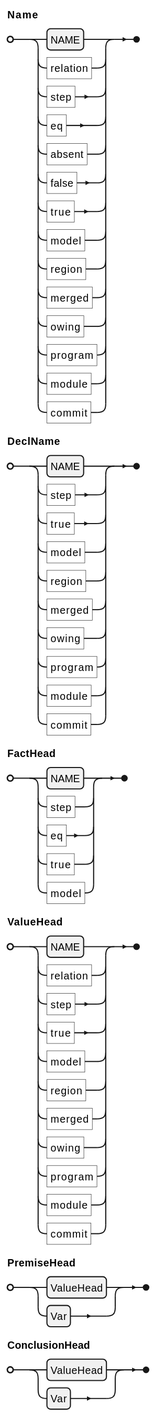
Before: docs/ein/user/04-reference/diagrams/01-grammar-phrase-names.svg, a diagram exported from PlantUML (agutikov/ein). Its source is kept beside it as docs/ein/user/04-reference/diagrams/01-grammar-phrase-names.puml.
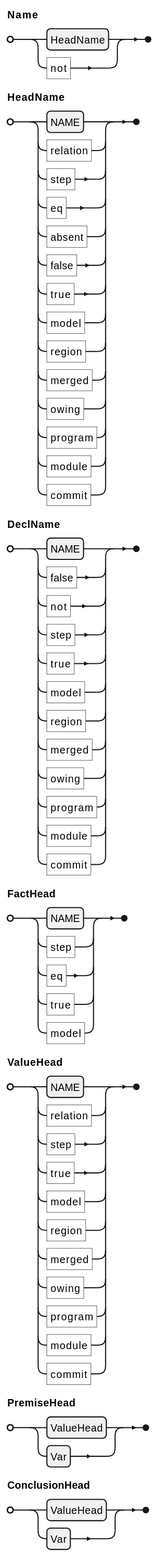
Later version of the same file.

Diff of the diagram source:
```diff
@@ -1,10 +1,11 @@
 @startebnf
-Name =
+Name = HeadName | "not" ;
+HeadName =
     NAME | "relation" | "step" | "eq" | "absent" | "false" | "true" | "model" | "region" | "merged"
   | "owing" | "program" | "module" | "commit" ;
 DeclName =
-    NAME | "step" | "true" | "model" | "region" | "merged" | "owing" | "program" | "module"
-  | "commit" ;
+    NAME | "false" | "not" | "step" | "true" | "model" | "region" | "merged" | "owing" | "program"
+  | "module" | "commit" ;
 FactHead = NAME | "step" | "eq" | "true" | "model" ;
 ValueHead =
     NAME | "relation" | "step" | "true" | "model" | "region" | "merged" | "owing" | "program"
```
